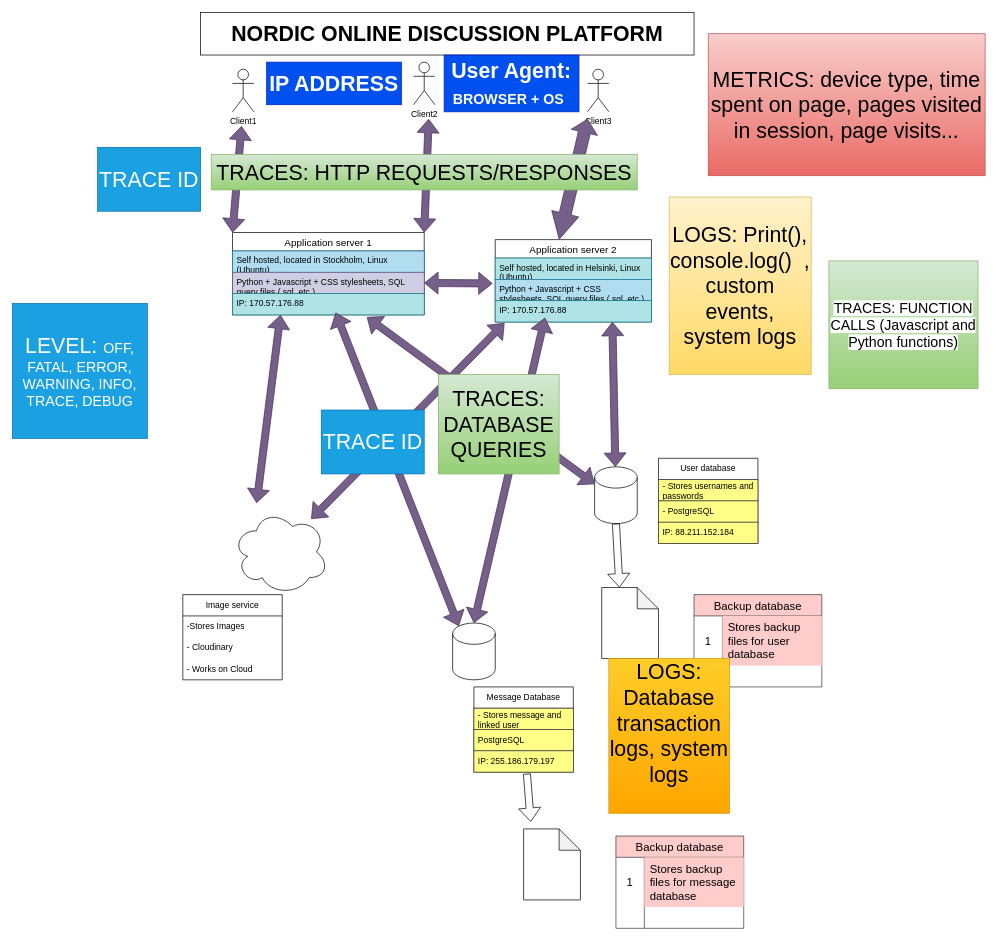
Above: Imaginary_software.drawio in Fault-Furious/Documents (draw.io), before the change. Source tidied: cells renumbered, new cells numbered last; positions are measured from the earlier drawing's top-left corner, leaving out a move shared by most shapes. Both pictures are drawn from the tidied source at 71%, with x=0, y=0 at pixel (12, 12).
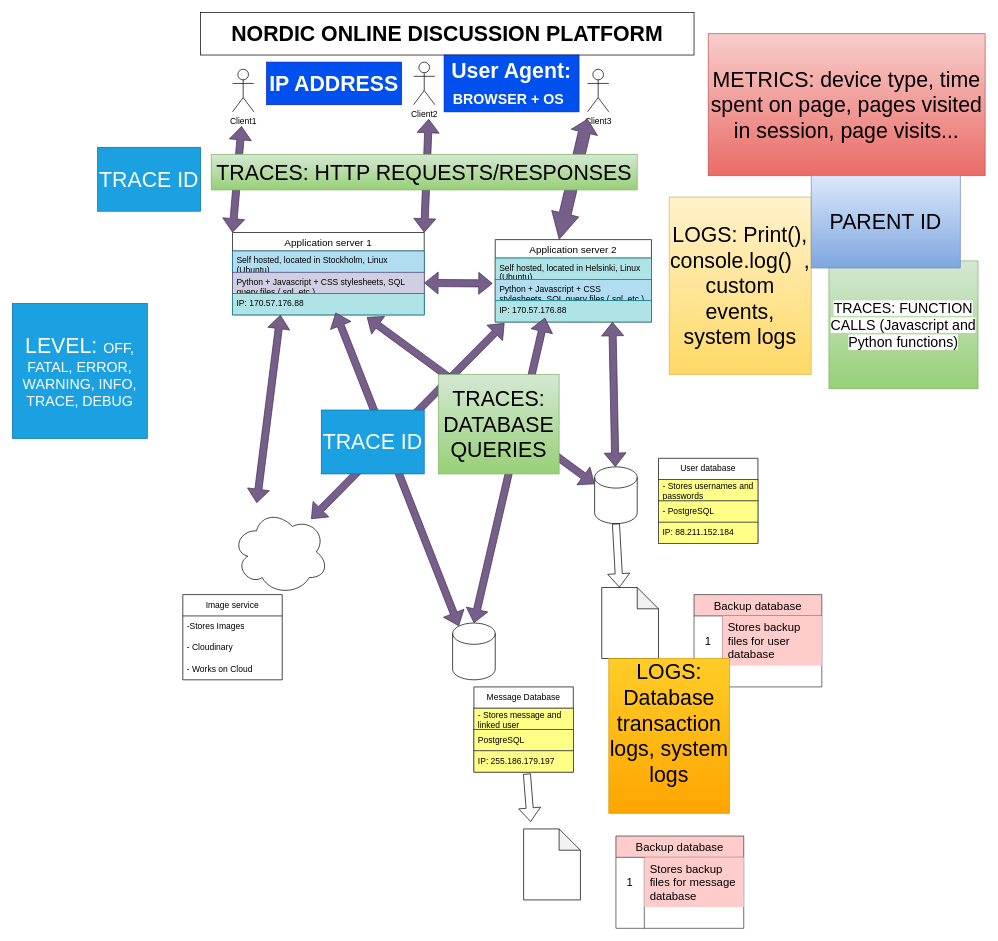
The same page after the edit.

Change to the diagram source:
```diff
@@
+    <mxCell id="68" value="&lt;font style=&quot;font-size: 30px;&quot;&gt;PARENT ID&lt;/font&gt;" style="rounded=0;whiteSpace=wrap;html=1;fillColor=#dae8fc;gradientColor=#7ea6e0;strokeColor=#6c8ebf;" parent="1" vertex="1">
+      <mxGeometry x="1125" y="230" width="210" height="130" as="geometry" />
+    </mxCell>
```
